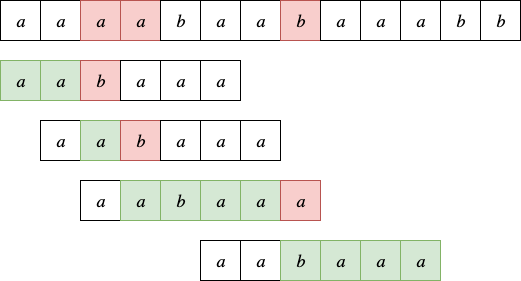
Before: kmp4.png, a diagram exported from draw.io (ppoblete/AED). Source tidied: cells renumbered, new cells last; positions are measured from the earlier drawing's top-left corner, leaving out a move shared by most shapes. The source it was exported from:
```xml
<mxGraphModel>
  <root>
    <mxCell id="0" />
    <mxCell id="1" parent="0" />
    <mxCell id="2" value="&lt;font style=&quot;font-size: 18px&quot; face=&quot;cm&quot;&gt;&lt;i&gt;a&lt;/i&gt;&lt;/font&gt;" style="whiteSpace=wrap;html=1;" parent="1" vertex="1">
      <mxGeometry width="40" height="40" as="geometry" />
    </mxCell>
    <mxCell id="3" value="&lt;font style=&quot;font-size: 18px&quot; face=&quot;cm&quot;&gt;&lt;i&gt;a&lt;/i&gt;&lt;/font&gt;" style="whiteSpace=wrap;html=1;" parent="1" vertex="1">
      <mxGeometry x="40" width="40" height="40" as="geometry" />
    </mxCell>
    <mxCell id="4" value="&lt;font style=&quot;font-size: 18px&quot; face=&quot;cm&quot;&gt;&lt;i&gt;a&lt;/i&gt;&lt;/font&gt;" style="whiteSpace=wrap;html=1;fillColor=#f8cecc;strokeColor=#b85450;" parent="1" vertex="1">
      <mxGeometry x="80" width="40" height="40" as="geometry" />
    </mxCell>
    <mxCell id="5" value="&lt;font style=&quot;font-size: 18px&quot; face=&quot;cm&quot;&gt;&lt;i&gt;a&lt;/i&gt;&lt;/font&gt;" style="whiteSpace=wrap;html=1;fillColor=#f8cecc;strokeColor=#b85450;" parent="1" vertex="1">
      <mxGeometry x="120" width="40" height="40" as="geometry" />
    </mxCell>
    <mxCell id="6" value="&lt;font style=&quot;font-size: 18px&quot; face=&quot;cm&quot;&gt;&lt;i&gt;b&lt;/i&gt;&lt;/font&gt;" style="whiteSpace=wrap;html=1;" parent="1" vertex="1">
      <mxGeometry x="160" width="40" height="40" as="geometry" />
    </mxCell>
    <mxCell id="7" value="&lt;font style=&quot;font-size: 18px&quot; face=&quot;cm&quot;&gt;&lt;i&gt;a&lt;/i&gt;&lt;/font&gt;" style="whiteSpace=wrap;html=1;" parent="1" vertex="1">
      <mxGeometry x="200" width="40" height="40" as="geometry" />
    </mxCell>
    <mxCell id="8" value="&lt;font style=&quot;font-size: 18px&quot; face=&quot;cm&quot;&gt;&lt;i&gt;a&lt;/i&gt;&lt;/font&gt;" style="whiteSpace=wrap;html=1;" parent="1" vertex="1">
      <mxGeometry x="240" width="40" height="40" as="geometry" />
    </mxCell>
    <mxCell id="9" value="&lt;font style=&quot;font-size: 18px&quot; face=&quot;cm&quot;&gt;&lt;i&gt;b&lt;/i&gt;&lt;/font&gt;" style="whiteSpace=wrap;html=1;fillColor=#f8cecc;strokeColor=#b85450;" parent="1" vertex="1">
      <mxGeometry x="280" width="40" height="40" as="geometry" />
    </mxCell>
    <mxCell id="10" value="&lt;font style=&quot;font-size: 18px&quot; face=&quot;cm&quot;&gt;&lt;i&gt;a&lt;/i&gt;&lt;/font&gt;" style="whiteSpace=wrap;html=1;" parent="1" vertex="1">
      <mxGeometry x="320" width="40" height="40" as="geometry" />
    </mxCell>
    <mxCell id="11" value="&lt;font style=&quot;font-size: 18px&quot; face=&quot;cm&quot;&gt;&lt;i&gt;a&lt;/i&gt;&lt;/font&gt;" style="whiteSpace=wrap;html=1;" parent="1" vertex="1">
      <mxGeometry x="360" width="40" height="40" as="geometry" />
    </mxCell>
    <mxCell id="12" value="&lt;font style=&quot;font-size: 18px&quot; face=&quot;cm&quot;&gt;&lt;i&gt;a&lt;/i&gt;&lt;/font&gt;" style="whiteSpace=wrap;html=1;" parent="1" vertex="1">
      <mxGeometry x="400" width="40" height="40" as="geometry" />
    </mxCell>
    <mxCell id="13" value="&lt;font style=&quot;font-size: 18px&quot; face=&quot;cm&quot;&gt;&lt;i&gt;b&lt;/i&gt;&lt;/font&gt;" style="whiteSpace=wrap;html=1;" parent="1" vertex="1">
      <mxGeometry x="440" width="40" height="40" as="geometry" />
    </mxCell>
    <mxCell id="14" value="&lt;font style=&quot;font-size: 18px&quot; face=&quot;cm&quot;&gt;&lt;i&gt;b&lt;/i&gt;&lt;/font&gt;" style="whiteSpace=wrap;html=1;" parent="1" vertex="1">
      <mxGeometry x="480" width="40" height="40" as="geometry" />
    </mxCell>
    <mxCell id="15" value="&lt;font style=&quot;font-size: 18px&quot; face=&quot;cm&quot;&gt;&lt;i&gt;a&lt;/i&gt;&lt;/font&gt;" style="whiteSpace=wrap;html=1;fillColor=#d5e8d4;strokeColor=#82b366;" parent="1" vertex="1">
      <mxGeometry y="60" width="40" height="40" as="geometry" />
    </mxCell>
    <mxCell id="16" value="&lt;font style=&quot;font-size: 18px&quot; face=&quot;cm&quot;&gt;&lt;i&gt;a&lt;/i&gt;&lt;/font&gt;" style="whiteSpace=wrap;html=1;fillColor=#d5e8d4;strokeColor=#82b366;" parent="1" vertex="1">
      <mxGeometry x="40" y="60" width="40" height="40" as="geometry" />
    </mxCell>
    <mxCell id="17" value="&lt;font style=&quot;font-size: 18px&quot; face=&quot;cm&quot;&gt;&lt;i&gt;b&lt;/i&gt;&lt;/font&gt;" style="whiteSpace=wrap;html=1;fillColor=#f8cecc;strokeColor=#b85450;" parent="1" vertex="1">
      <mxGeometry x="80" y="60" width="40" height="40" as="geometry" />
    </mxCell>
    <mxCell id="18" value="&lt;font style=&quot;font-size: 18px&quot; face=&quot;cm&quot;&gt;&lt;i&gt;a&lt;/i&gt;&lt;/font&gt;" style="whiteSpace=wrap;html=1;" parent="1" vertex="1">
      <mxGeometry x="40" y="120" width="40" height="40" as="geometry" />
    </mxCell>
    <mxCell id="19" value="&lt;font style=&quot;font-size: 18px&quot; face=&quot;cm&quot;&gt;&lt;i&gt;a&lt;/i&gt;&lt;/font&gt;" style="whiteSpace=wrap;html=1;fillColor=#d5e8d4;strokeColor=#82b366;" parent="1" vertex="1">
      <mxGeometry x="80" y="120" width="40" height="40" as="geometry" />
    </mxCell>
    <mxCell id="20" value="&lt;font style=&quot;font-size: 18px&quot; face=&quot;cm&quot;&gt;&lt;i&gt;b&lt;/i&gt;&lt;/font&gt;" style="whiteSpace=wrap;html=1;fillColor=#f8cecc;strokeColor=#b85450;" parent="1" vertex="1">
      <mxGeometry x="120" y="120" width="40" height="40" as="geometry" />
    </mxCell>
    <mxCell id="21" value="&lt;font style=&quot;font-size: 18px&quot; face=&quot;cm&quot;&gt;&lt;i&gt;a&lt;/i&gt;&lt;/font&gt;" style="whiteSpace=wrap;html=1;" parent="1" vertex="1">
      <mxGeometry x="80" y="180" width="40" height="40" as="geometry" />
    </mxCell>
    <mxCell id="22" value="&lt;font style=&quot;font-size: 18px&quot; face=&quot;cm&quot;&gt;&lt;i&gt;a&lt;/i&gt;&lt;/font&gt;" style="whiteSpace=wrap;html=1;fillColor=#d5e8d4;strokeColor=#82b366;" parent="1" vertex="1">
      <mxGeometry x="120" y="180" width="40" height="40" as="geometry" />
    </mxCell>
    <mxCell id="23" value="&lt;font style=&quot;font-size: 18px&quot; face=&quot;cm&quot;&gt;&lt;i&gt;b&lt;/i&gt;&lt;/font&gt;" style="whiteSpace=wrap;html=1;fillColor=#d5e8d4;strokeColor=#82b366;" parent="1" vertex="1">
      <mxGeometry x="160" y="180" width="40" height="40" as="geometry" />
    </mxCell>
    <mxCell id="24" value="&lt;font style=&quot;font-size: 18px&quot; face=&quot;cm&quot;&gt;&lt;i&gt;a&lt;/i&gt;&lt;/font&gt;" style="whiteSpace=wrap;html=1;fillColor=#d5e8d4;strokeColor=#82b366;" parent="1" vertex="1">
      <mxGeometry x="200" y="180" width="40" height="40" as="geometry" />
    </mxCell>
    <mxCell id="25" value="&lt;font style=&quot;font-size: 18px&quot; face=&quot;cm&quot;&gt;&lt;i&gt;a&lt;/i&gt;&lt;/font&gt;" style="whiteSpace=wrap;html=1;fillColor=#d5e8d4;strokeColor=#82b366;" parent="1" vertex="1">
      <mxGeometry x="240" y="180" width="40" height="40" as="geometry" />
    </mxCell>
    <mxCell id="26" value="&lt;font style=&quot;font-size: 18px&quot; face=&quot;cm&quot;&gt;&lt;i&gt;a&lt;/i&gt;&lt;/font&gt;" style="whiteSpace=wrap;html=1;fillColor=#f8cecc;strokeColor=#b85450;" parent="1" vertex="1">
      <mxGeometry x="280" y="180" width="40" height="40" as="geometry" />
    </mxCell>
    <mxCell id="27" value="&lt;font style=&quot;font-size: 18px&quot; face=&quot;cm&quot;&gt;&lt;i&gt;a&lt;/i&gt;&lt;/font&gt;" style="whiteSpace=wrap;html=1;" parent="1" vertex="1">
      <mxGeometry x="200" y="240" width="40" height="40" as="geometry" />
    </mxCell>
    <mxCell id="28" value="&lt;font style=&quot;font-size: 18px&quot; face=&quot;cm&quot;&gt;&lt;i&gt;a&lt;/i&gt;&lt;/font&gt;" style="whiteSpace=wrap;html=1;" parent="1" vertex="1">
      <mxGeometry x="240" y="240" width="40" height="40" as="geometry" />
    </mxCell>
    <mxCell id="29" value="&lt;font style=&quot;font-size: 18px&quot; face=&quot;cm&quot;&gt;&lt;i&gt;b&lt;/i&gt;&lt;/font&gt;" style="whiteSpace=wrap;html=1;fillColor=#d5e8d4;strokeColor=#82b366;" parent="1" vertex="1">
      <mxGeometry x="280" y="240" width="40" height="40" as="geometry" />
    </mxCell>
    <mxCell id="30" value="&lt;font style=&quot;font-size: 18px&quot; face=&quot;cm&quot;&gt;&lt;i&gt;a&lt;/i&gt;&lt;/font&gt;" style="whiteSpace=wrap;html=1;fillColor=#d5e8d4;strokeColor=#82b366;" parent="1" vertex="1">
      <mxGeometry x="320" y="240" width="40" height="40" as="geometry" />
    </mxCell>
    <mxCell id="31" value="&lt;font style=&quot;font-size: 18px&quot; face=&quot;cm&quot;&gt;&lt;i&gt;a&lt;/i&gt;&lt;/font&gt;" style="whiteSpace=wrap;html=1;fillColor=#d5e8d4;strokeColor=#82b366;" parent="1" vertex="1">
      <mxGeometry x="360" y="240" width="40" height="40" as="geometry" />
    </mxCell>
    <mxCell id="32" value="&lt;font style=&quot;font-size: 18px&quot; face=&quot;cm&quot;&gt;&lt;i&gt;a&lt;/i&gt;&lt;/font&gt;" style="whiteSpace=wrap;html=1;fillColor=#d5e8d4;strokeColor=#82b366;" parent="1" vertex="1">
      <mxGeometry x="400" y="240" width="40" height="40" as="geometry" />
    </mxCell>
    <mxCell id="33" value="&lt;font style=&quot;font-size: 18px&quot; face=&quot;cm&quot;&gt;&lt;i&gt;a&lt;/i&gt;&lt;/font&gt;" style="whiteSpace=wrap;html=1;" parent="1" vertex="1">
      <mxGeometry x="120" y="60" width="40" height="40" as="geometry" />
    </mxCell>
    <mxCell id="34" value="&lt;font style=&quot;font-size: 18px&quot; face=&quot;cm&quot;&gt;&lt;i&gt;a&lt;/i&gt;&lt;/font&gt;" style="whiteSpace=wrap;html=1;" parent="1" vertex="1">
      <mxGeometry x="160" y="60" width="40" height="40" as="geometry" />
    </mxCell>
    <mxCell id="35" value="&lt;font style=&quot;font-size: 18px&quot; face=&quot;cm&quot;&gt;&lt;i&gt;a&lt;/i&gt;&lt;/font&gt;" style="whiteSpace=wrap;html=1;" parent="1" vertex="1">
      <mxGeometry x="200" y="60" width="40" height="40" as="geometry" />
    </mxCell>
    <mxCell id="36" value="&lt;font style=&quot;font-size: 18px&quot; face=&quot;cm&quot;&gt;&lt;i&gt;a&lt;/i&gt;&lt;/font&gt;" style="whiteSpace=wrap;html=1;" parent="1" vertex="1">
      <mxGeometry x="240" y="120" width="40" height="40" as="geometry" />
    </mxCell>
    <mxCell id="37" value="&lt;font style=&quot;font-size: 18px&quot; face=&quot;cm&quot;&gt;&lt;i&gt;a&lt;/i&gt;&lt;/font&gt;" style="whiteSpace=wrap;html=1;" parent="1" vertex="1">
      <mxGeometry x="200" y="120" width="40" height="40" as="geometry" />
    </mxCell>
    <mxCell id="38" value="&lt;font style=&quot;font-size: 18px&quot; face=&quot;cm&quot;&gt;&lt;i&gt;a&lt;/i&gt;&lt;/font&gt;" style="whiteSpace=wrap;html=1;" parent="1" vertex="1">
      <mxGeometry x="160" y="120" width="40" height="40" as="geometry" />
    </mxCell>
  </root>
</mxGraphModel>
```
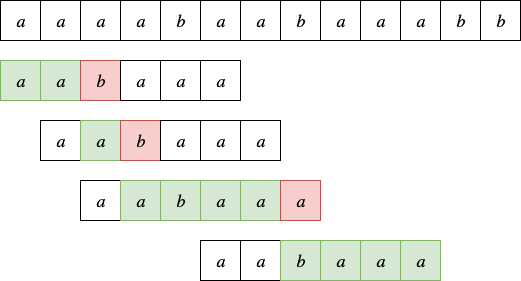
Above is the later version.

The edit, as a diff of the source:
```diff
@@ -8,10 +8,10 @@
     <mxCell id="3" value="&lt;font style=&quot;font-size: 18px&quot; face=&quot;cm&quot;&gt;&lt;i&gt;a&lt;/i&gt;&lt;/font&gt;" style="whiteSpace=wrap;html=1;" parent="1" vertex="1">
       <mxGeometry x="40" width="40" height="40" as="geometry" />
     </mxCell>
-    <mxCell id="4" value="&lt;font style=&quot;font-size: 18px&quot; face=&quot;cm&quot;&gt;&lt;i&gt;a&lt;/i&gt;&lt;/font&gt;" style="whiteSpace=wrap;html=1;fillColor=#f8cecc;strokeColor=#b85450;" parent="1" vertex="1">
+    <mxCell id="4" value="&lt;font style=&quot;font-size: 18px&quot; face=&quot;cm&quot;&gt;&lt;i&gt;a&lt;/i&gt;&lt;/font&gt;" style="whiteSpace=wrap;html=1;" parent="1" vertex="1">
       <mxGeometry x="80" width="40" height="40" as="geometry" />
     </mxCell>
-    <mxCell id="5" value="&lt;font style=&quot;font-size: 18px&quot; face=&quot;cm&quot;&gt;&lt;i&gt;a&lt;/i&gt;&lt;/font&gt;" style="whiteSpace=wrap;html=1;fillColor=#f8cecc;strokeColor=#b85450;" parent="1" vertex="1">
+    <mxCell id="5" value="&lt;font style=&quot;font-size: 18px&quot; face=&quot;cm&quot;&gt;&lt;i&gt;a&lt;/i&gt;&lt;/font&gt;" style="whiteSpace=wrap;html=1;" parent="1" vertex="1">
       <mxGeometry x="120" width="40" height="40" as="geometry" />
     </mxCell>
     <mxCell id="6" value="&lt;font style=&quot;font-size: 18px&quot; face=&quot;cm&quot;&gt;&lt;i&gt;b&lt;/i&gt;&lt;/font&gt;" style="whiteSpace=wrap;html=1;" parent="1" vertex="1">
@@ -23,7 +23,7 @@
     <mxCell id="8" value="&lt;font style=&quot;font-size: 18px&quot; face=&quot;cm&quot;&gt;&lt;i&gt;a&lt;/i&gt;&lt;/font&gt;" style="whiteSpace=wrap;html=1;" parent="1" vertex="1">
       <mxGeometry x="240" width="40" height="40" as="geometry" />
     </mxCell>
-    <mxCell id="9" value="&lt;font style=&quot;font-size: 18px&quot; face=&quot;cm&quot;&gt;&lt;i&gt;b&lt;/i&gt;&lt;/font&gt;" style="whiteSpace=wrap;html=1;fillColor=#f8cecc;strokeColor=#b85450;" parent="1" vertex="1">
+    <mxCell id="9" value="&lt;font style=&quot;font-size: 18px&quot; face=&quot;cm&quot;&gt;&lt;i&gt;b&lt;/i&gt;&lt;/font&gt;" style="whiteSpace=wrap;html=1;" parent="1" vertex="1">
       <mxGeometry x="280" width="40" height="40" as="geometry" />
     </mxCell>
     <mxCell id="10" value="&lt;font style=&quot;font-size: 18px&quot; face=&quot;cm&quot;&gt;&lt;i&gt;a&lt;/i&gt;&lt;/font&gt;" style="whiteSpace=wrap;html=1;" parent="1" vertex="1">
```
